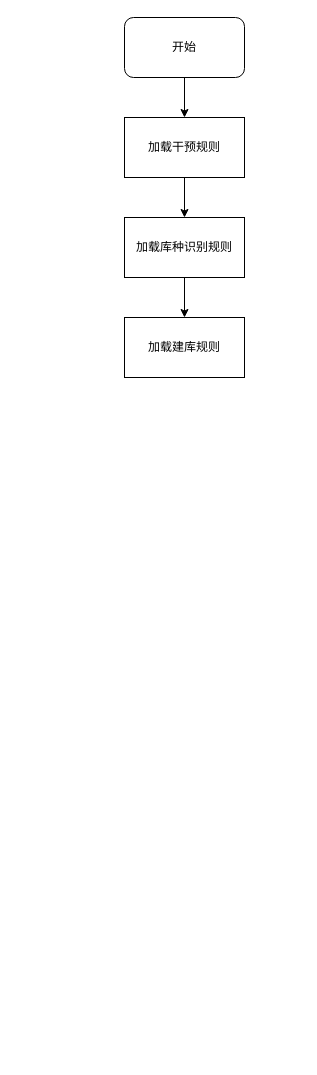
Before: guanku-dispatcher.drawio in shiludeng/testdrawio, a draw.io diagram. Source tidied: cells renumbered, new cells numbered last; positions are measured from the earlier drawing's top-left corner, leaving out a move shared by most shapes. Both pictures are drawn from the tidied source at 100%, with x=0, y=0 at pixel (124, 17).
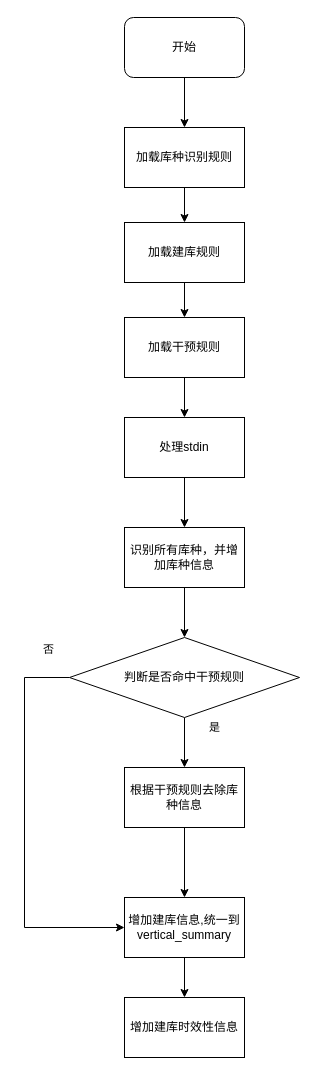
The same page after the edit.

The change refers to these unchanged cells:
```xml
<mxCell id="3" value="开始" style="rounded=1;whiteSpace=wrap;html=1;" parent="1" vertex="1">
  <mxGeometry width="120" height="60" as="geometry" />
</mxCell>
```

What changed in the source:
```diff
@@
-    <mxCell id="2" style="edgeStyle=orthogonalEdgeStyle;rounded=0;jettySize=auto;html=1;" parent="1" edge="1" source="3" target="5">
+    <mxCell id="2" style="edgeStyle=orthogonalEdgeStyle;rounded=0;jettySize=auto;html=1;" parent="1" edge="1" source="3" target="7">
       <mxGeometry relative="1" as="geometry" />
     </mxCell>
@@
-    <mxCell id="4" style="edgeStyle=orthogonalEdgeStyle;rounded=0;jettySize=auto;html=1;" parent="1" edge="1" source="5" target="7">
-      <mxGeometry relative="1" as="geometry" />
-    </mxCell>
-    <mxCell id="5" value="加载干预规则" style="rounded=0;whiteSpace=wrap;html=1;" parent="1" vertex="1">
-      <mxGeometry y="100" width="120" height="60" as="geometry" />
-    </mxCell>
@@
     <mxCell id="7" value="加载库种识别规则" style="rounded=0;whiteSpace=wrap;html=1;" parent="1" vertex="1">
-      <mxGeometry y="200" width="120" height="60" as="geometry" />
+      <mxGeometry y="110" width="120" height="60" as="geometry" />
     </mxCell>
     <mxCell id="8" value="加载建库规则" style="rounded=0;whiteSpace=wrap;html=1;" parent="1" vertex="1">
-      <mxGeometry y="300" width="120" height="60" as="geometry" />
+      <mxGeometry y="205" width="120" height="60" as="geometry" />
     </mxCell>
+    <mxCell id="9" style="edgeStyle=orthogonalEdgeStyle;rounded=0;jettySize=auto;html=1;" parent="1" edge="1" source="10" target="12">
+      <mxGeometry relative="1" as="geometry" />
+    </mxCell>
+    <mxCell id="10" value="处理stdin" style="rounded=0;whiteSpace=wrap;html=1;" parent="1" vertex="1">
+      <mxGeometry y="400" width="120" height="60" as="geometry" />
+    </mxCell>
+    <mxCell id="11" style="edgeStyle=orthogonalEdgeStyle;rounded=0;jettySize=auto;html=1;" parent="1" edge="1" source="12" target="20">
+      <mxGeometry relative="1" as="geometry" />
+    </mxCell>
+    <mxCell id="12" value="识别所有库种，并增加库种信息" style="rounded=0;whiteSpace=wrap;html=1;" parent="1" vertex="1">
+      <mxGeometry y="510" width="120" height="60" as="geometry" />
+    </mxCell>
+    <mxCell id="13" style="edgeStyle=orthogonalEdgeStyle;rounded=0;jettySize=auto;html=1;" parent="1" edge="1" source="5" target="10">
+      <mxGeometry relative="1" as="geometry" />
+    </mxCell>
+    <mxCell id="5" value="加载干预规则" style="rounded=0;whiteSpace=wrap;html=1;" parent="1" vertex="1">
+      <mxGeometry y="300" width="120" height="60" as="geometry" />
+    </mxCell>
+    <mxCell id="14" style="edgeStyle=orthogonalEdgeStyle;rounded=0;jettySize=auto;html=1;" parent="1" edge="1" source="8" target="5">
+      <mxGeometry relative="1" as="geometry" />
+    </mxCell>
+    <mxCell id="15" style="edgeStyle=orthogonalEdgeStyle;rounded=0;jettySize=auto;html=1;" parent="1" edge="1" source="16" target="17">
+      <mxGeometry relative="1" as="geometry" />
+    </mxCell>
+    <mxCell id="16" value="增加建库信息,统一到vertical_summary" style="rounded=0;whiteSpace=wrap;html=1;" parent="1" vertex="1">
+      <mxGeometry y="880" width="120" height="60" as="geometry" />
+    </mxCell>
+    <mxCell id="17" value="增加建库时效性信息" style="rounded=0;whiteSpace=wrap;html=1;" parent="1" vertex="1">
+      <mxGeometry y="980" width="120" height="60" as="geometry" />
+    </mxCell>
+    <mxCell id="18" value="是" style="edgeStyle=orthogonalEdgeStyle;rounded=0;jettySize=auto;html=1;entryX=0.5;entryY=0;entryDx=0;entryDy=0;" parent="1" edge="1" source="20" target="22">
+      <mxGeometry x="-0.6" y="30" relative="1" as="geometry" />
+    </mxCell>
+    <mxCell id="19" value="否" style="edgeStyle=orthogonalEdgeStyle;rounded=0;jettySize=auto;html=1;exitX=0;exitY=0.5;exitDx=0;exitDy=0;entryX=0;entryY=0.5;entryDx=0;entryDy=0;" parent="1" edge="1" source="20" target="16">
+      <mxGeometry x="-0.88" y="-18" relative="1" as="geometry">
+        <Array as="points">
+          <mxPoint x="-100" y="660" />
+          <mxPoint x="-100" y="910" />
+        </Array>
+        <mxPoint x="3" y="-10" as="offset" />
+      </mxGeometry>
+    </mxCell>
+    <mxCell id="20" value="判断是否命中干预规则" style="rhombus;whiteSpace=wrap;html=1;" parent="1" vertex="1">
+      <mxGeometry x="-55" y="620" width="230" height="80" as="geometry" />
+    </mxCell>
+    <mxCell id="21" style="edgeStyle=orthogonalEdgeStyle;rounded=0;jettySize=auto;html=1;" parent="1" edge="1" source="22" target="16">
+      <mxGeometry relative="1" as="geometry" />
+    </mxCell>
+    <mxCell id="22" value="根据干预规则去除库种信息" style="rounded=0;whiteSpace=wrap;html=1;" parent="1" vertex="1">
+      <mxGeometry y="750" width="120" height="60" as="geometry" />
+    </mxCell>
```
